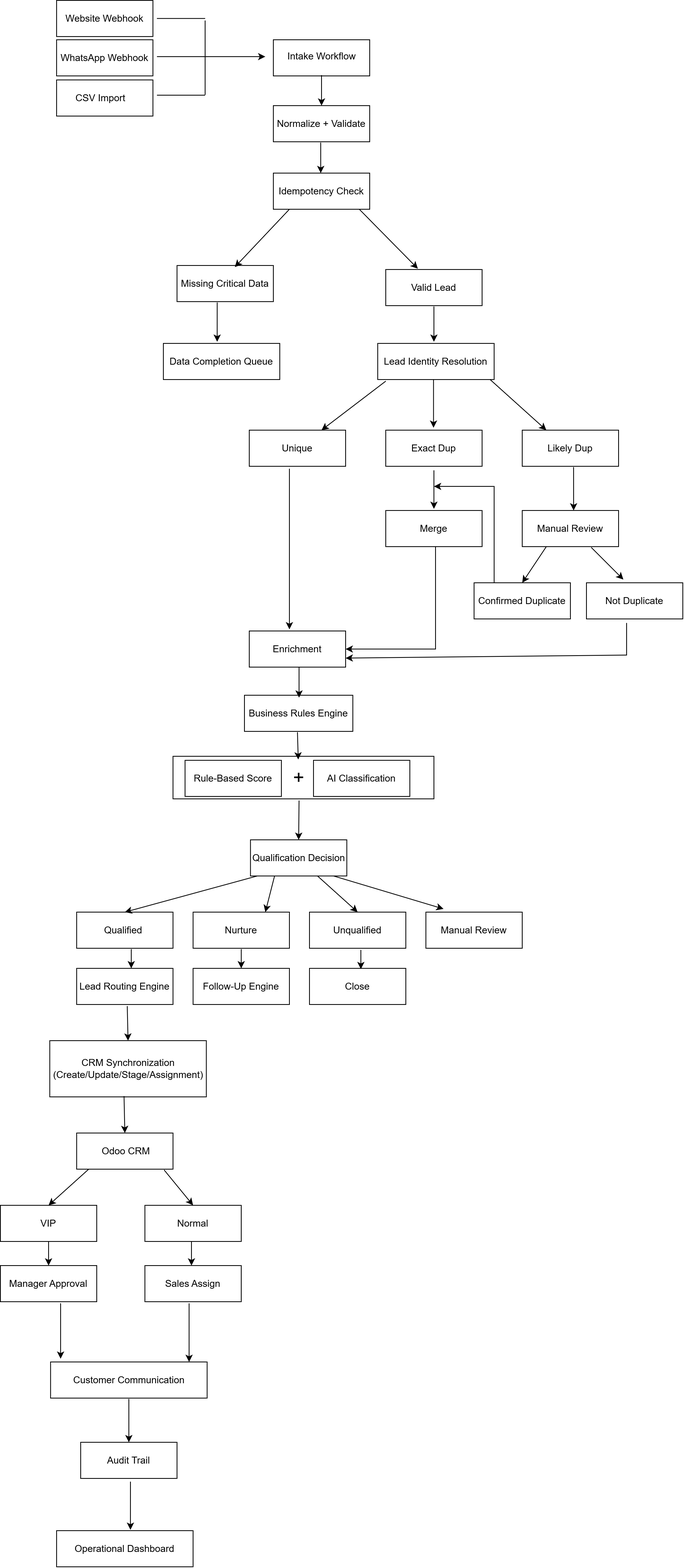
The draw.io diagram 01_architecture/lead-processing-workflow.png in MayElshater/automation-engineer-assessment, before a commit. Source tidied: cells renumbered, new cells last; positions are measured from the earlier drawing's top-left corner, leaving out a move shared by most shapes.
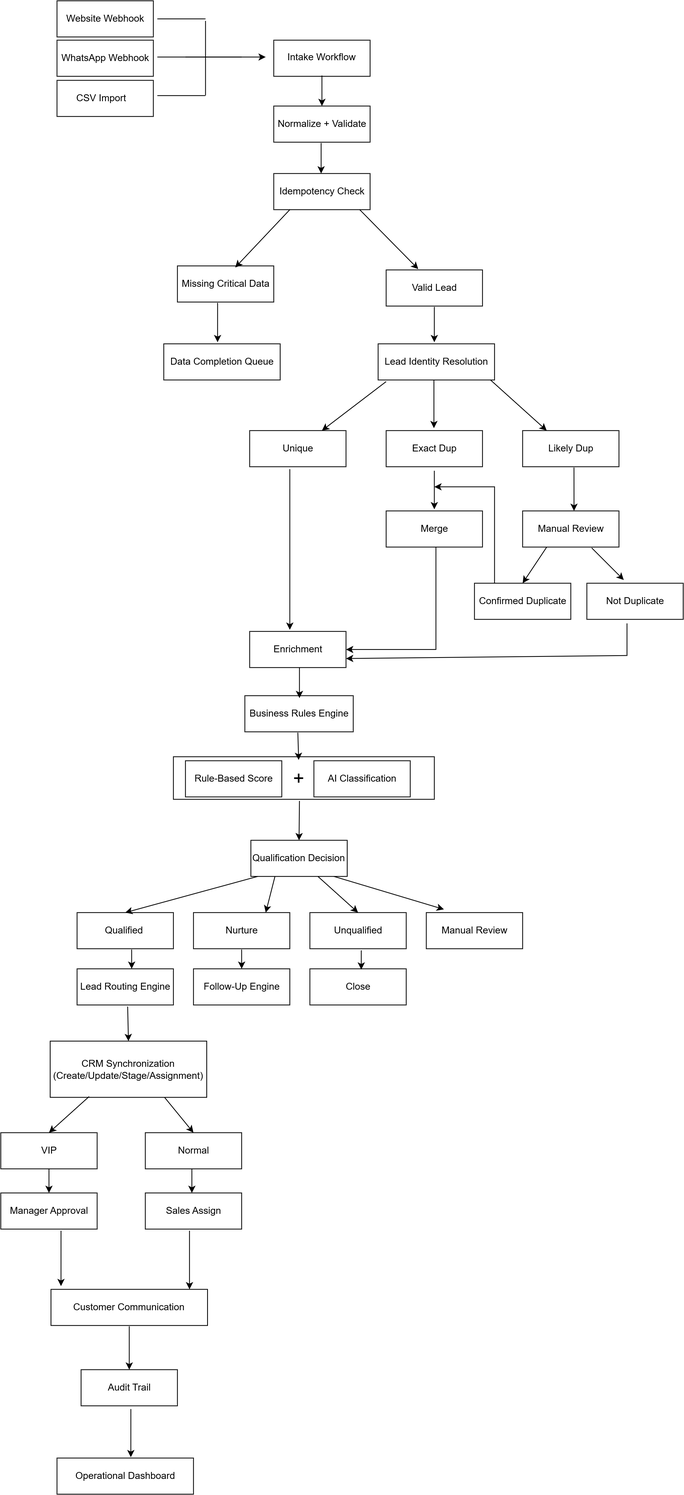
The same diagram one commit later.

What changed in the source:
```diff
@@ -125,29 +125,26 @@
     <mxCell id="40" value="CRM Synchronization&lt;br&gt;(Create/Update/Stage/Assignment)" style="rounded=0;whiteSpace=wrap;html=1;" parent="1" vertex="1">
       <mxGeometry x="61.5" y="1295" width="195" height="70" as="geometry" />
     </mxCell>
-    <mxCell id="41" value="&amp;nbsp;Odoo CRM" style="rounded=0;whiteSpace=wrap;html=1;" parent="1" vertex="1">
-      <mxGeometry x="95" y="1410" width="120" height="45" as="geometry" />
-    </mxCell>
     <mxCell id="42" value="VIP" style="rounded=0;whiteSpace=wrap;html=1;" parent="1" vertex="1">
-      <mxGeometry y="1500" width="120" height="45" as="geometry" />
+      <mxGeometry y="1409" width="120" height="45" as="geometry" />
     </mxCell>
     <mxCell id="43" value="Normal" style="rounded=0;whiteSpace=wrap;html=1;" parent="1" vertex="1">
-      <mxGeometry x="180" y="1500" width="120" height="45" as="geometry" />
+      <mxGeometry x="180" y="1409" width="120" height="45" as="geometry" />
     </mxCell>
     <mxCell id="44" value="Manager Approval" style="rounded=0;whiteSpace=wrap;html=1;" parent="1" vertex="1">
-      <mxGeometry y="1575" width="120" height="45" as="geometry" />
+      <mxGeometry y="1484" width="120" height="45" as="geometry" />
     </mxCell>
     <mxCell id="45" value="Sales Assign" style="rounded=0;whiteSpace=wrap;html=1;" parent="1" vertex="1">
-      <mxGeometry x="180" y="1575" width="120" height="45" as="geometry" />
+      <mxGeometry x="180" y="1484" width="120" height="45" as="geometry" />
     </mxCell>
     <mxCell id="46" value="Customer Communication" style="rounded=0;whiteSpace=wrap;html=1;" parent="1" vertex="1">
-      <mxGeometry x="62.5" y="1695" width="195" height="45" as="geometry" />
+      <mxGeometry x="62.5" y="1604" width="195" height="45" as="geometry" />
     </mxCell>
     <mxCell id="47" value="Audit Trail" style="rounded=0;whiteSpace=wrap;html=1;" parent="1" vertex="1">
-      <mxGeometry x="100" y="1795" width="120" height="45" as="geometry" />
+      <mxGeometry x="100" y="1704" width="120" height="45" as="geometry" />
     </mxCell>
     <mxCell id="48" value="Operational Dashboard" style="rounded=0;whiteSpace=wrap;html=1;" parent="1" vertex="1">
-      <mxGeometry x="70" y="1905" width="170" height="45" as="geometry" />
+      <mxGeometry x="70" y="1814" width="170" height="45" as="geometry" />
     </mxCell>
     <mxCell id="49" value="Normalize + Validate" style="text;html=1;whiteSpace=wrap;strokeColor=none;fillColor=none;align=center;verticalAlign=middle;rounded=0;" parent="1" vertex="1">
       <mxGeometry x="340" y="138.5" width="120" height="30" as="geometry" />
@@ -216,30 +213,25 @@
         <mxPoint x="158" y="1252" as="sourcePoint" />
       </mxGeometry>
     </mxCell>
-    <mxCell id="62" style="endArrow=classic;html=1;rounded=0;entryX=0.5;entryY=0;entryDx=0;entryDy=0;" parent="1" edge="1" target="41">
-      <mxGeometry relative="1" as="geometry">
-        <mxPoint x="154" y="1364" as="sourcePoint" />
-      </mxGeometry>
-    </mxCell>
     <mxCell id="63" style="endArrow=classic;html=1;rounded=0;entryX=0.5;entryY=0;entryDx=0;entryDy=0;" parent="1" edge="1" target="44">
       <mxGeometry relative="1" as="geometry">
-        <mxPoint x="60" y="1545" as="sourcePoint" />
+        <mxPoint x="60" y="1454" as="sourcePoint" />
       </mxGeometry>
     </mxCell>
     <mxCell id="64" style="endArrow=classic;html=1;rounded=0;entryX=0.5;entryY=0;entryDx=0;entryDy=0;" parent="1" edge="1" target="47">
       <mxGeometry relative="1" as="geometry">
-        <mxPoint x="160" y="1741" as="sourcePoint" />
+        <mxPoint x="160" y="1650" as="sourcePoint" />
       </mxGeometry>
     </mxCell>
     <mxCell id="65" style="endArrow=classic;html=1;rounded=0;entryX=0.541;entryY=-0.022;entryDx=0;entryDy=0;entryPerimeter=0;" parent="1" edge="1" target="48">
       <mxGeometry relative="1" as="geometry">
-        <mxPoint x="162" y="1844" as="sourcePoint" />
+        <mxPoint x="162" y="1753" as="sourcePoint" />
       </mxGeometry>
     </mxCell>
     <mxCell id="66" style="endArrow=classic;html=1;rounded=0;entryX=0.5;entryY=0;entryDx=0;entryDy=0;" parent="1" edge="1">
       <mxGeometry relative="1" as="geometry">
-        <mxPoint x="238" y="1545" as="sourcePoint" />
-        <mxPoint x="238" y="1575" as="targetPoint" />
+        <mxPoint x="238" y="1454" as="sourcePoint" />
+        <mxPoint x="238" y="1484" as="targetPoint" />
       </mxGeometry>
     </mxCell>
     <mxCell id="67" style="endArrow=classic;html=1;rounded=0;" parent="1" edge="1">
@@ -328,21 +320,22 @@
     </mxCell>
     <mxCell id="81" style="endArrow=classic;html=1;rounded=0;entryX=0.5;entryY=0;entryDx=0;entryDy=0;exitX=0.069;exitY=1.044;exitDx=0;exitDy=0;exitPerimeter=0;" parent="1" edge="1" target="42">
       <mxGeometry relative="1" as="geometry">
-        <mxPoint x="110" y="1455" as="sourcePoint" />
+        <mxPoint x="110" y="1364" as="sourcePoint" />
       </mxGeometry>
     </mxCell>
     <mxCell id="82" style="endArrow=classic;html=1;rounded=0;" parent="1" edge="1">
       <mxGeometry relative="1" as="geometry">
-        <mxPoint x="235" y="1622" as="sourcePoint" />
-        <mxPoint x="235" y="1695" as="targetPoint" />
+        <mxPoint x="235" y="1531" as="sourcePoint" />
+        <mxPoint x="235" y="1604" as="targetPoint" />
       </mxGeometry>
     </mxCell>
     <mxCell id="83" style="endArrow=classic;html=1;rounded=0;entryX=0.064;entryY=-0.089;entryDx=0;entryDy=0;exitX=0.625;exitY=1.044;exitDx=0;exitDy=0;exitPerimeter=0;entryPerimeter=0;" parent="1" edge="1" source="44" target="46">
       <mxGeometry relative="1" as="geometry" />
     </mxCell>
-    <mxCell id="84" style="endArrow=classic;html=1;rounded=0;entryX=0.75;entryY=0;entryDx=0;entryDy=0;exitX=0.908;exitY=1.022;exitDx=0;exitDy=0;exitPerimeter=0;" parent="1" edge="1" source="41">
+    <mxCell id="84" style="endArrow=classic;html=1;rounded=0;entryX=0.75;entryY=0;entryDx=0;entryDy=0;exitX=0.908;exitY=1.022;exitDx=0;exitDy=0;exitPerimeter=0;" parent="1" edge="1">
       <mxGeometry relative="1" as="geometry">
-        <mxPoint x="240" y="1500" as="targetPoint" />
+        <mxPoint x="204" y="1365" as="sourcePoint" />
+        <mxPoint x="240" y="1409" as="targetPoint" />
       </mxGeometry>
     </mxCell>
     <mxCell id="85" style="endArrow=classic;html=1;rounded=0;entryX=0.183;entryY=-0.089;entryDx=0;entryDy=0;entryPerimeter=0;" parent="1" edge="1" target="36">
```
